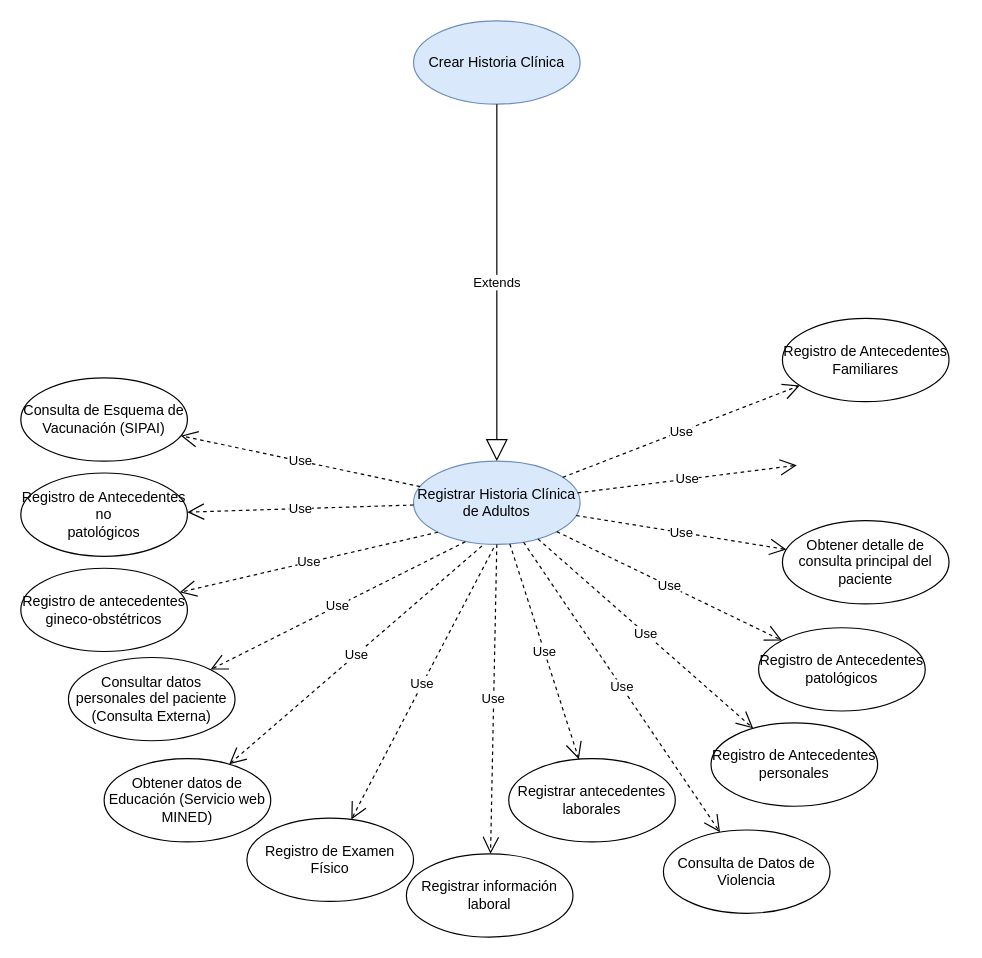
Earlier version of the draw.io diagram page "CU Adulto" (7 of 14) of Diagramas de los Módulos.drawio (marguello86/Equipo1_MINSA). Source tidied: cells renumbered, new cells numbered last; positions are measured from the earlier drawing's top-left corner, leaving out a move shared by most shapes. Both pictures are drawn from the tidied source at 119%, with x=0, y=0 at pixel (20, 20).
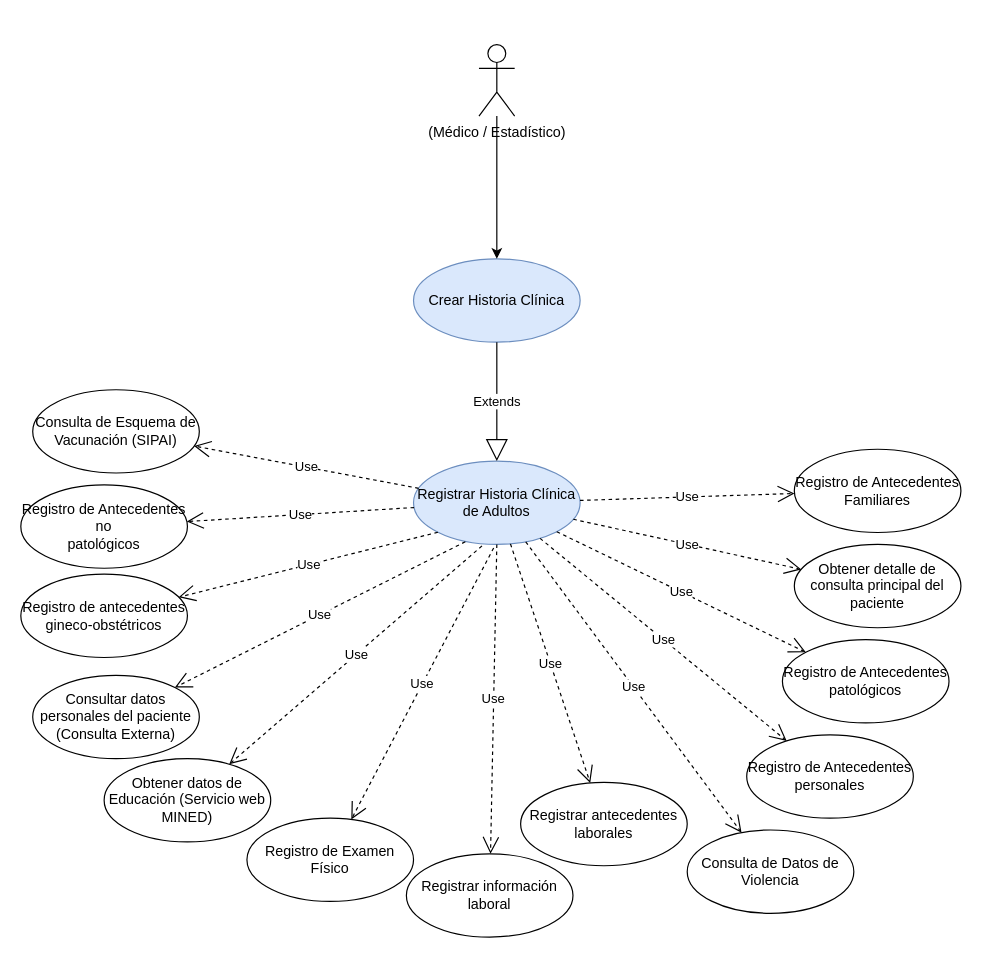
After the change.

Unchanged cells that the change refers to:
```xml
<mxCell id="2" value="Registrar Historia Clínica de Adultos" style="ellipse;whiteSpace=wrap;html=1;fillColor=#dae8fc;strokeColor=#6c8ebf;" parent="1" vertex="1">
  <mxGeometry x="330" y="370" width="140" height="70" as="geometry" />
</mxCell>
```

The edit, as a diff of the source:
```diff
@@
     <mxCell id="3" value="Registro de Antecedentes Familiares" style="ellipse;whiteSpace=wrap;html=1;" parent="1" vertex="1">
-      <mxGeometry x="640" y="250" width="140" height="70" as="geometry" />
+      <mxGeometry x="650" y="360" width="140" height="70" as="geometry" />
     </mxCell>
     <mxCell id="4" value="Registro de Antecedentes patológicos" style="ellipse;whiteSpace=wrap;html=1;" parent="1" vertex="1">
-      <mxGeometry x="620" y="510" width="140" height="70" as="geometry" />
+      <mxGeometry x="640" y="520" width="140" height="70" as="geometry" />
     </mxCell>
     <mxCell id="5" value="Registro de Antecedentes no &lt;br&gt;patológicos" style="ellipse;whiteSpace=wrap;html=1;" parent="1" vertex="1">
-      <mxGeometry y="380" width="140" height="70" as="geometry" />
+      <mxGeometry y="390" width="140" height="70" as="geometry" />
     </mxCell>
     <mxCell id="6" value="Consulta de Esquema de Vacunación (SIPAI)" style="ellipse;whiteSpace=wrap;html=1;" parent="1" vertex="1">
-      <mxGeometry y="300" width="140" height="70" as="geometry" />
+      <mxGeometry x="10" y="310" width="140" height="70" as="geometry" />
     </mxCell>
     <mxCell id="7" value="Crear Historia Clínica" style="ellipse;whiteSpace=wrap;html=1;fillColor=#dae8fc;strokeColor=#6c8ebf;" parent="1" vertex="1">
-      <mxGeometry x="330" width="140" height="70" as="geometry" />
+      <mxGeometry x="330" y="200" width="140" height="70" as="geometry" />
     </mxCell>
     <mxCell id="8" value="Obtener detalle de consulta principal del paciente" style="ellipse;whiteSpace=wrap;html=1;" parent="1" vertex="1">
-      <mxGeometry x="640" y="420" width="140" height="70" as="geometry" />
+      <mxGeometry x="650" y="440" width="140" height="70" as="geometry" />
     </mxCell>
     <mxCell id="9" value="Registro de Antecedentes personales" style="ellipse;whiteSpace=wrap;html=1;" parent="1" vertex="1">
-      <mxGeometry x="580" y="590" width="140" height="70" as="geometry" />
+      <mxGeometry x="610" y="600" width="140" height="70" as="geometry" />
     </mxCell>
     <mxCell id="10" value="Consulta de Datos de Violencia" style="ellipse;whiteSpace=wrap;html=1;" parent="1" vertex="1">
-      <mxGeometry x="540" y="680" width="140" height="70" as="geometry" />
+      <mxGeometry x="560" y="680" width="140" height="70" as="geometry" />
     </mxCell>
     <mxCell id="11" value="Registrar antecedentes laborales" style="ellipse;whiteSpace=wrap;html=1;" parent="1" vertex="1">
-      <mxGeometry x="410" y="620" width="140" height="70" as="geometry" />
+      <mxGeometry x="420" y="640" width="140" height="70" as="geometry" />
     </mxCell>
@@
     <mxCell id="15" value="Consultar datos personales del paciente (Consulta Externa)" style="ellipse;whiteSpace=wrap;html=1;" parent="1" vertex="1">
-      <mxGeometry x="40" y="535" width="140" height="70" as="geometry" />
+      <mxGeometry x="10" y="550" width="140" height="70" as="geometry" />
     </mxCell>
     <mxCell id="16" value="Registro de antecedentes gineco-obstétricos" style="ellipse;whiteSpace=wrap;html=1;" parent="1" vertex="1">
-      <mxGeometry y="460" width="140" height="70" as="geometry" />
+      <mxGeometry y="465" width="140" height="70" as="geometry" />
     </mxCell>
@@
-    <mxCell id="18" value="Use" style="endArrow=open;endSize=12;dashed=1;html=1;rounded=0;" parent="1" edge="1" source="2">
-      <mxGeometry relative="1" as="geometry">
-        <mxPoint x="652.1" y="373.5" as="targetPoint" />
-      </mxGeometry>
-    </mxCell>
@@
+    <mxCell id="32" value="(Médico / Estadístico)" style="shape=umlActor;verticalLabelPosition=bottom;verticalAlign=top;html=1;" parent="1" vertex="1">
+      <mxGeometry x="385" y="20" width="30" height="60" as="geometry" />
+    </mxCell>
+    <mxCell id="33" style="edgeStyle=orthogonalEdgeStyle;rounded=0;jettySize=auto;html=1;" parent="1" edge="1" source="32" target="7">
+      <mxGeometry relative="1" as="geometry" />
+    </mxCell>
```
